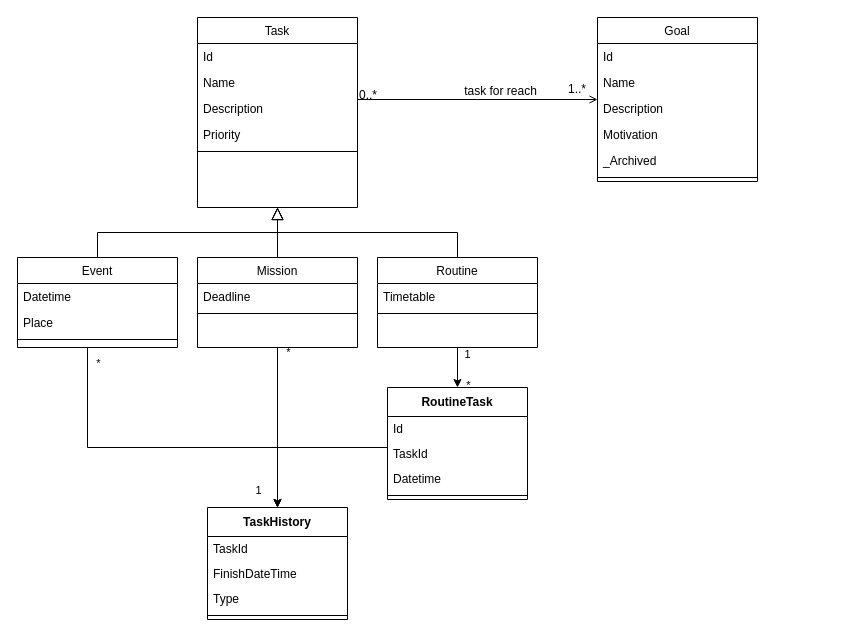
Niboah/OugAssistant keeps this draw.io diagram as Docs/Features/Planning/Planning.drawio. Above is the earlier version. Source tidied: cells renumbered, new cells numbered last; positions are measured from the earlier drawing's top-left corner, leaving out a move shared by most shapes. Both pictures are drawn from the tidied source at 100%, with x=0, y=0 at pixel (17, 17).
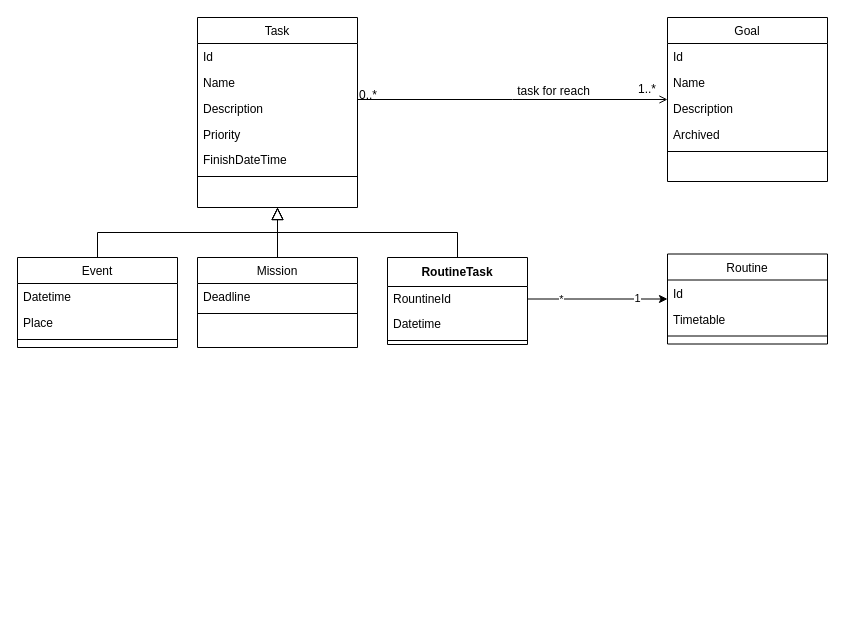
The same diagram, later.

The change refers to these unchanged cells:
```xml
<mxCell id="2" value="Task" style="swimlane;fontStyle=0;align=center;verticalAlign=top;horizontal=1;startSize=26;rounded=0;shadow=0;strokeWidth=1;" parent="1" vertex="1">
  <mxGeometry x="180" width="160" height="190" as="geometry" />
</mxCell>
<mxCell id="11" value="Mission" style="swimlane;fontStyle=0;align=center;verticalAlign=top;horizontal=1;startSize=26;rounded=0;shadow=0;strokeWidth=1;" parent="1" vertex="1">
  <mxGeometry x="180" y="240" width="160" height="90" as="geometry" />
</mxCell>
<mxCell id="41" value="Event" style="swimlane;fontStyle=0;align=center;verticalAlign=top;horizontal=1;startSize=26;rounded=0;shadow=0;strokeWidth=1;" parent="1" vertex="1">
  <mxGeometry y="240" width="160" height="90" as="geometry" />
</mxCell>
```

What changed in the source:
```diff
@@
+    <mxCell id="34" value="FinishDateTime" style="text;html=1;strokeColor=none;fillColor=none;align=left;verticalAlign=middle;spacingLeft=4;spacingRight=4;overflow=hidden;whiteSpace=wrap;" parent="2" vertex="1">
+      <mxGeometry y="130" width="160" height="25" as="geometry" />
+    </mxCell>
     <mxCell id="7" style="line;html=1;strokeWidth=1;align=left;verticalAlign=middle;spacingTop=-1;spacingLeft=3;spacingRight=3;labelPosition=right;" parent="2" vertex="1">
-      <mxGeometry y="130" width="160" height="8" as="geometry" />
+      <mxGeometry y="155" width="160" height="8" as="geometry" />
     </mxCell>
     <mxCell id="8" style="text;align=left;verticalAlign=top;spacingLeft=4;spacingRight=4;overflow=hidden;" parent="2" vertex="1">
-      <mxGeometry y="138" width="160" height="26" as="geometry" />
+      <mxGeometry y="163" width="160" height="26" as="geometry" />
     </mxCell>
-    <mxCell id="9" style="edgeStyle=orthogonalEdgeStyle;rounded=0;jettySize=auto;html=1;" parent="1" edge="1" source="11" target="32">
-      <mxGeometry relative="1" as="geometry" />
-    </mxCell>
-    <mxCell id="10" value="*" style="edgeLabel;html=1;align=center;verticalAlign=middle;" parent="9" vertex="1">
-      <mxGeometry x="-0.76" y="3" relative="1" as="geometry">
-        <mxPoint x="7" y="-15" as="offset" />
-      </mxGeometry>
-    </mxCell>
@@
-    <mxCell id="15" value="1" style="edgeStyle=orthogonalEdgeStyle;rounded=0;jettySize=auto;html=1;entryX=0.5;entryY=0;entryDx=0;entryDy=0;" parent="1" edge="1" source="17" target="46">
-      <mxGeometry x="-0.67" y="10" relative="1" as="geometry" />
-    </mxCell>
-    <mxCell id="16" value="*" style="edgeLabel;html=1;align=center;verticalAlign=middle;" parent="15" vertex="1">
-      <mxGeometry x="0.33" y="2" relative="1" as="geometry">
-        <mxPoint x="8" y="10" as="offset" />
-      </mxGeometry>
-    </mxCell>
-    <mxCell id="17" value="Routine" style="swimlane;fontStyle=0;align=center;verticalAlign=top;horizontal=1;startSize=26;rounded=0;shadow=0;strokeWidth=1;" parent="1" vertex="1">
-      <mxGeometry x="360" y="240" width="160" height="90" as="geometry" />
-    </mxCell>
-    <mxCell id="18" value="Timetable" style="text;align=left;verticalAlign=top;spacingLeft=4;spacingRight=4;overflow=hidden;" parent="17" vertex="1">
-      <mxGeometry y="26" width="160" height="26" as="geometry" />
-    </mxCell>
-    <mxCell id="19" style="line;html=1;strokeWidth=1;align=left;verticalAlign=middle;spacingTop=-1;spacingLeft=3;spacingRight=3;labelPosition=right;" parent="17" vertex="1">
-      <mxGeometry y="52" width="160" height="8" as="geometry" />
-    </mxCell>
-    <mxCell id="20" style="endArrow=block;endSize=10;endFill=0;shadow=0;strokeWidth=1;rounded=0;curved=0;edgeStyle=elbowEdgeStyle;elbow=vertical;" parent="1" edge="1" source="17" target="2">
-      <mxGeometry relative="1" as="geometry" />
+    <mxCell id="20" style="endArrow=block;endSize=10;endFill=0;shadow=0;strokeWidth=1;rounded=0;curved=0;edgeStyle=elbowEdgeStyle;elbow=vertical;" parent="1" edge="1" target="2">
+      <mxGeometry relative="1" as="geometry">
+        <mxPoint x="440" y="240" as="sourcePoint" />
+      </mxGeometry>
     </mxCell>
     <mxCell id="21" value="Goal" style="swimlane;fontStyle=0;align=center;verticalAlign=top;horizontal=1;startSize=26;rounded=0;shadow=0;strokeWidth=1;" parent="1" vertex="1">
-      <mxGeometry x="580" width="160" height="164" as="geometry" />
+      <mxGeometry x="650" width="160" height="164" as="geometry" />
     </mxCell>
@@
-    <mxCell id="25" value="Motivation" style="text;align=left;verticalAlign=top;spacingLeft=4;spacingRight=4;overflow=hidden;" parent="21" vertex="1">
-      <mxGeometry y="104" width="160" height="26" as="geometry" />
-    </mxCell>
-    <mxCell id="26" value="_Archived" style="text;align=left;verticalAlign=top;spacingLeft=4;spacingRight=4;overflow=hidden;" parent="21" vertex="1">
-      <mxGeometry y="130" width="160" height="26" as="geometry" />
+    <mxCell id="26" value="Archived" style="text;align=left;verticalAlign=top;spacingLeft=4;spacingRight=4;overflow=hidden;" parent="21" vertex="1">
+      <mxGeometry y="104" width="160" height="26" as="geometry" />
     </mxCell>
     <mxCell id="27" style="line;html=1;strokeWidth=1;align=left;verticalAlign=middle;spacingTop=-1;spacingLeft=3;spacingRight=3;labelPosition=right;" parent="21" vertex="1">
-      <mxGeometry y="156" width="160" height="8" as="geometry" />
+      <mxGeometry y="130" width="160" height="8" as="geometry" />
     </mxCell>
@@
-    <mxCell id="32" value="TaskHistory" style="swimlane;fontStyle=1;align=center;verticalAlign=middle;horizontal=1;startSize=29;html=1;whiteSpace=wrap;noLabel=0;portConstraintRotation=0;snapToPoint=0;fixDash=0;movableLabel=0;comic=0;enumerate=0;" parent="1" vertex="1">
-      <mxGeometry x="190" y="490" width="140" height="112" as="geometry" />
-    </mxCell>
-    <mxCell id="33" value="TaskId" style="text;html=1;strokeColor=none;fillColor=none;align=left;verticalAlign=middle;spacingLeft=4;spacingRight=4;overflow=hidden;whiteSpace=wrap;" parent="32" vertex="1">
-      <mxGeometry y="29" width="140" height="25" as="geometry" />
-    </mxCell>
-    <mxCell id="34" value="FinishDateTime" style="text;html=1;strokeColor=none;fillColor=none;align=left;verticalAlign=middle;spacingLeft=4;spacingRight=4;overflow=hidden;whiteSpace=wrap;" parent="32" vertex="1">
-      <mxGeometry y="54" width="140" height="25" as="geometry" />
-    </mxCell>
-    <mxCell id="35" value="Type" style="text;html=1;strokeColor=none;fillColor=none;align=left;verticalAlign=middle;spacingLeft=4;spacingRight=4;overflow=hidden;whiteSpace=wrap;" parent="32" vertex="1">
-      <mxGeometry y="79" width="140" height="25" as="geometry" />
-    </mxCell>
-    <mxCell id="36" style="line;html=1;strokeWidth=1;align=left;verticalAlign=middle;spacingTop=-1;spacingLeft=3;spacingRight=3;labelPosition=right;" parent="32" vertex="1">
-      <mxGeometry y="104" width="140" height="8" as="geometry" />
-    </mxCell>
@@
-    <mxCell id="38" style="edgeStyle=orthogonalEdgeStyle;rounded=0;jettySize=auto;html=1;" parent="1" edge="1" source="41" target="32">
-      <mxGeometry relative="1" as="geometry">
-        <Array as="points">
-          <mxPoint x="70" y="430" />
-          <mxPoint x="260" y="430" />
-        </Array>
-      </mxGeometry>
-    </mxCell>
-    <mxCell id="39" value="*" style="edgeLabel;html=1;align=center;verticalAlign=middle;" parent="38" vertex="1">
-      <mxGeometry x="-0.92" y="1" relative="1" as="geometry">
-        <mxPoint x="9" y="1" as="offset" />
-      </mxGeometry>
-    </mxCell>
-    <mxCell id="40" value="1" style="edgeLabel;html=1;align=center;verticalAlign=middle;" parent="38" vertex="1">
-      <mxGeometry x="0.78" relative="1" as="geometry">
-        <mxPoint x="-20" y="20" as="offset" />
-      </mxGeometry>
-    </mxCell>
@@
-    <mxCell id="45" style="edgeStyle=orthogonalEdgeStyle;rounded=0;jettySize=auto;html=1;" parent="1" edge="1" source="46" target="32">
-      <mxGeometry relative="1" as="geometry">
-        <Array as="points">
-          <mxPoint x="260" y="430" />
-        </Array>
-      </mxGeometry>
-    </mxCell>
     <mxCell id="46" value="RoutineTask" style="swimlane;fontStyle=1;align=center;verticalAlign=middle;horizontal=1;startSize=29;html=1;whiteSpace=wrap;" parent="1" vertex="1">
-      <mxGeometry x="370" y="370" width="140" height="112" as="geometry" />
+      <mxGeometry x="370" y="240" width="140" height="87" as="geometry" />
     </mxCell>
-    <mxCell id="47" value="Id" style="text;html=1;strokeColor=none;fillColor=none;align=left;verticalAlign=middle;spacingLeft=4;spacingRight=4;overflow=hidden;whiteSpace=wrap;" parent="46" vertex="1">
-      <mxGeometry y="29" width="140" height="25" as="geometry" />
-    </mxCell>
-    <mxCell id="48" value="TaskId" style="text;html=1;strokeColor=none;fillColor=none;align=left;verticalAlign=middle;spacingLeft=4;spacingRight=4;overflow=hidden;points=[[0,0.5],[1,0.5]];portConstraint=eastwest;whiteSpace=wrap;" parent="46" vertex="1">
-      <mxGeometry y="54" width="140" height="25" as="geometry" />
+    <mxCell id="48" value="RountineId" style="text;html=1;strokeColor=none;fillColor=none;align=left;verticalAlign=middle;spacingLeft=4;spacingRight=4;overflow=hidden;points=[[0,0.5],[1,0.5]];portConstraint=eastwest;whiteSpace=wrap;" parent="46" vertex="1">
+      <mxGeometry y="29" width="140" height="25" as="geometry" />
     </mxCell>
     <mxCell id="49" value="Datetime" style="text;html=1;strokeColor=none;fillColor=none;align=left;verticalAlign=middle;spacingLeft=4;spacingRight=4;overflow=hidden;whiteSpace=wrap;" parent="46" vertex="1">
-      <mxGeometry y="79" width="140" height="25" as="geometry" />
+      <mxGeometry y="54" width="140" height="25" as="geometry" />
     </mxCell>
     <mxCell id="50" style="line;html=1;strokeWidth=1;align=left;verticalAlign=middle;spacingTop=-1;spacingLeft=3;spacingRight=3;labelPosition=right;" parent="46" vertex="1">
-      <mxGeometry y="104" width="140" height="8" as="geometry" />
+      <mxGeometry y="79" width="140" height="8" as="geometry" />
     </mxCell>
+    <mxCell id="17" value="Routine" style="swimlane;fontStyle=0;align=center;verticalAlign=top;horizontal=1;startSize=26;rounded=0;shadow=0;strokeWidth=1;" parent="1" vertex="1">
+      <mxGeometry x="650" y="236.5" width="160" height="90" as="geometry" />
+    </mxCell>
+    <mxCell id="47" value="Id" style="text;align=left;verticalAlign=top;spacingLeft=4;spacingRight=4;overflow=hidden;" parent="17" vertex="1">
+      <mxGeometry y="26" width="160" height="26" as="geometry" />
+    </mxCell>
+    <mxCell id="18" value="Timetable" style="text;align=left;verticalAlign=top;spacingLeft=4;spacingRight=4;overflow=hidden;" parent="17" vertex="1">
+      <mxGeometry y="52" width="160" height="26" as="geometry" />
+    </mxCell>
+    <mxCell id="51" style="line;html=1;strokeWidth=1;align=left;verticalAlign=middle;spacingTop=-1;spacingLeft=3;spacingRight=3;labelPosition=right;" parent="17" vertex="1">
+      <mxGeometry y="78" width="160" height="8" as="geometry" />
+    </mxCell>
+    <mxCell id="52" style="edgeStyle=orthogonalEdgeStyle;rounded=0;jettySize=auto;html=1;" parent="1" edge="1" source="48" target="17">
+      <mxGeometry relative="1" as="geometry" />
+    </mxCell>
+    <mxCell id="53" value="*" style="edgeLabel;html=1;align=center;verticalAlign=middle;" parent="52" vertex="1">
+      <mxGeometry x="-0.53" y="1" relative="1" as="geometry">
+        <mxPoint y="1" as="offset" />
+      </mxGeometry>
+    </mxCell>
+    <mxCell id="40" value="1" style="edgeLabel;html=1;align=center;verticalAlign=middle;" parent="52" vertex="1">
+      <mxGeometry x="0.56" y="-4" relative="1" as="geometry">
+        <mxPoint y="-5" as="offset" />
+      </mxGeometry>
+    </mxCell>
```
